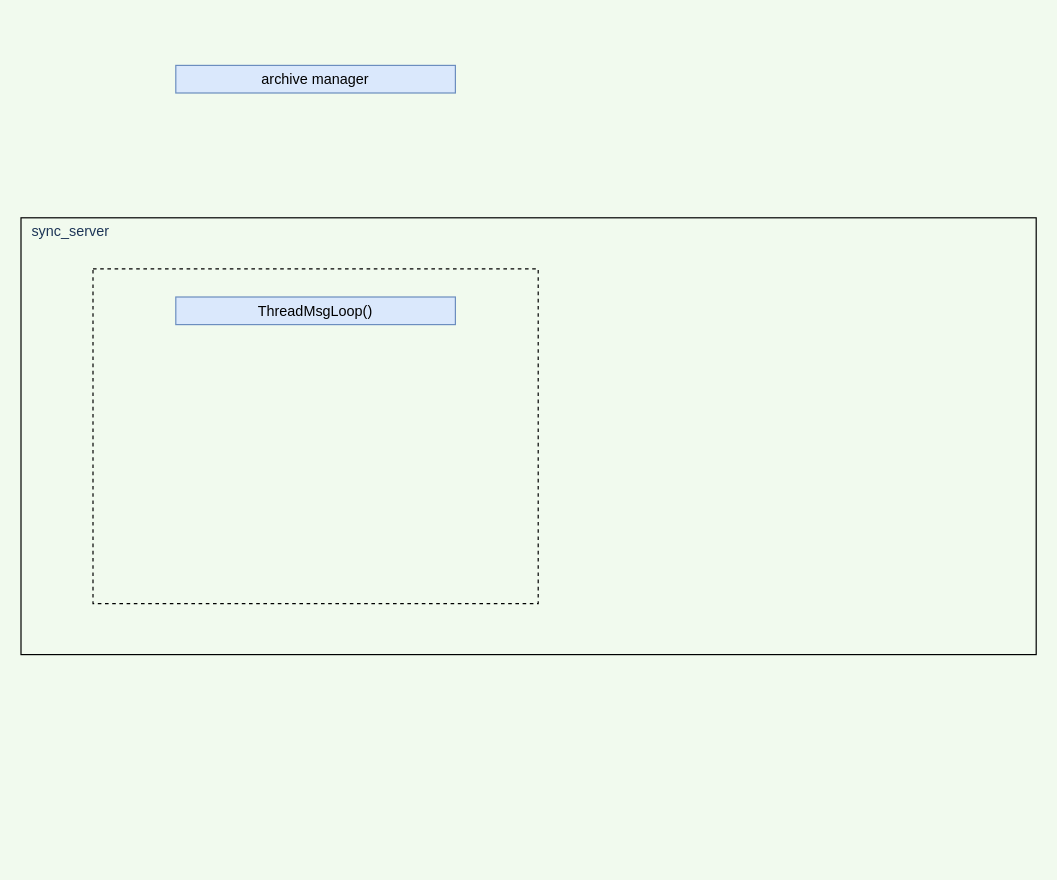
Before: page "软件架构图" (1 of 4) of 02-unary_work/01-黑方6.8版本归档模块/归档服务模块sync_server原理图.drawio in chenzhaoguo/UML, a draw.io diagram. Source tidied: cells renumbered, new cells numbered last; positions are measured from the earlier drawing's top-left corner, leaving out a move shared by most shapes. Both pictures are drawn from the tidied source at 120%, with x=0, y=0 at pixel (20, 65).
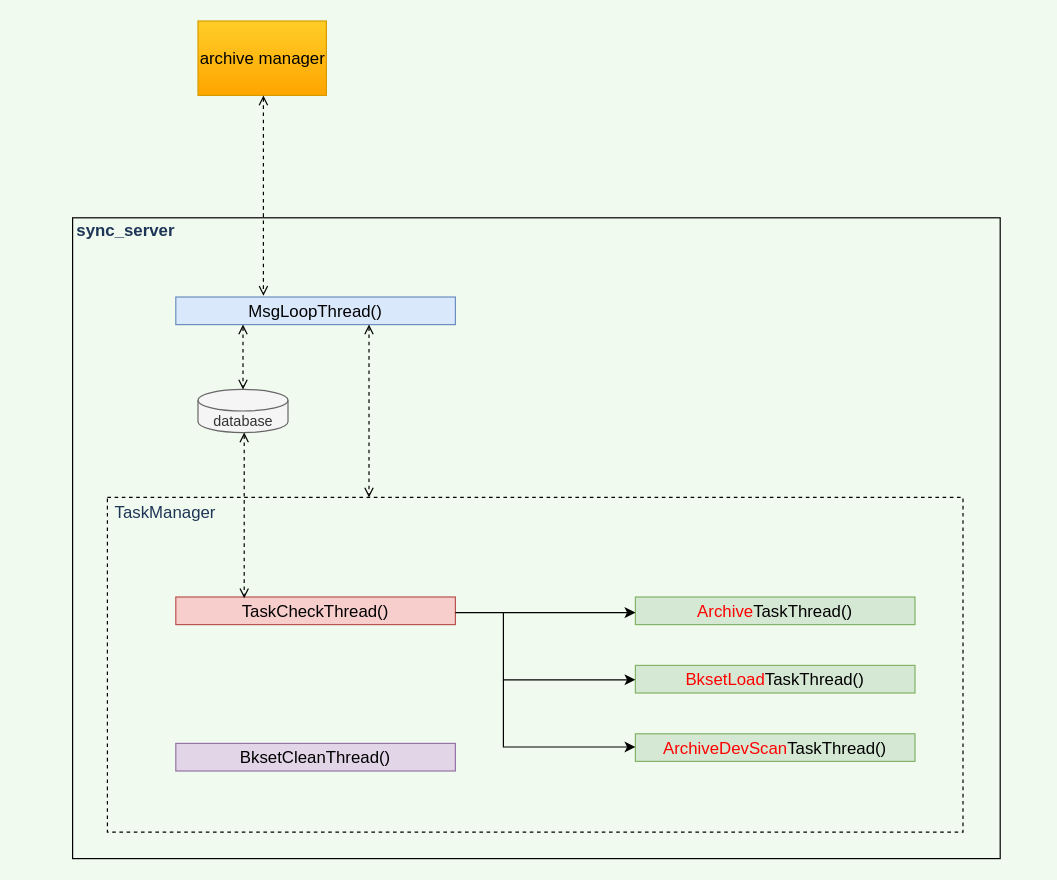
The same diagram, later.

Commit message (it also covers changes not shown here):
edit diagram for archive

Change to the diagram source:
```diff
@@
     <mxCell id="2" style="rounded=0;whiteSpace=wrap;html=1;sketch=0;strokeColor=#000000;fillColor=none;" parent="1" vertex="1">
-      <mxGeometry y="127" width="846" height="364" as="geometry" />
+      <mxGeometry x="43" y="127" width="773" height="534" as="geometry" />
     </mxCell>
-    <mxCell id="3" style="rounded=0;whiteSpace=wrap;html=1;sketch=0;strokeColor=#000000;fillColor=none;dashed=1;" parent="1" vertex="1">
-      <mxGeometry x="60" y="169.5" width="371" height="279" as="geometry" />
+    <mxCell id="3" style="rounded=0;whiteSpace=wrap;html=1;sketch=0;strokeColor=#000000;fillColor=none;dashed=1;strokeWidth=1;" parent="1" vertex="1">
+      <mxGeometry x="72" y="360" width="713" height="279" as="geometry" />
     </mxCell>
-    <mxCell id="4" value="sync_server" style="text;html=1;align=center;verticalAlign=middle;strokeColor=none;fillColor=none;fontColor=#1D3557;" parent="1" vertex="1">
-      <mxGeometry x="3" y="130" width="75" height="18" as="geometry" />
+    <mxCell id="4" value="sync_server" style="text;html=1;align=center;verticalAlign=middle;strokeColor=none;fillColor=none;fontColor=#1D3557;fontSize=14;fontStyle=1;" parent="1" vertex="1">
+      <mxGeometry x="41" y="127" width="92" height="21" as="geometry" />
     </mxCell>
-    <mxCell id="5" value="ThreadMsgLoop()" style="rounded=0;whiteSpace=wrap;html=1;sketch=0;strokeColor=#6c8ebf;fillColor=#dae8fc;" parent="1" vertex="1">
+    <mxCell id="5" value="MsgLoopThread()" style="rounded=0;whiteSpace=wrap;html=1;sketch=0;strokeColor=#6c8ebf;fillColor=#dae8fc;fontSize=14;" parent="1" vertex="1">
       <mxGeometry x="129" y="193" width="233" height="23" as="geometry" />
     </mxCell>
-    <mxCell id="6" value="archive manager" style="rounded=0;whiteSpace=wrap;html=1;sketch=0;strokeColor=#6c8ebf;fillColor=#dae8fc;" parent="1" vertex="1">
-      <mxGeometry x="129" width="233" height="23" as="geometry" />
+    <mxCell id="6" value="archive manager" style="rounded=0;whiteSpace=wrap;html=1;sketch=0;strokeColor=#d79b00;fillColor=#ffcd28;fontSize=14;gradientColor=#ffa500;" parent="1" vertex="1">
+      <mxGeometry x="147.5" y="-37" width="107" height="62" as="geometry" />
     </mxCell>
+    <mxCell id="7" style="endArrow=open;html=1;rounded=1;sketch=0;fontColor=#1D3557;strokeColor=#000000;fillColor=#6a00ff;elbow=vertical;startArrow=open;startFill=0;endFill=0;dashed=1;" parent="1" edge="1">
+      <mxGeometry relative="1" as="geometry">
+        <mxPoint x="202" y="25" as="sourcePoint" />
+        <mxPoint x="202" y="192" as="targetPoint" />
+      </mxGeometry>
+    </mxCell>
+    <mxCell id="8" value="TaskCheckThread()" style="rounded=0;whiteSpace=wrap;html=1;sketch=0;strokeColor=#b85450;fillColor=#f8cecc;fontSize=14;" parent="1" vertex="1">
+      <mxGeometry x="129" y="443" width="233" height="23" as="geometry" />
+    </mxCell>
+    <mxCell id="9" value="BksetCleanThread()" style="rounded=0;whiteSpace=wrap;html=1;sketch=0;strokeColor=#9673a6;fillColor=#e1d5e7;fontSize=14;" parent="1" vertex="1">
+      <mxGeometry x="129" y="565" width="233" height="23" as="geometry" />
+    </mxCell>
+    <mxCell id="10" value="&lt;font style=&quot;font-size: 12px;&quot;&gt;database&lt;/font&gt;" style="shape=cylinder3;whiteSpace=wrap;html=1;boundedLbl=1;backgroundOutline=1;size=9.000000000000057;fontSize=14;fillColor=#f5f5f5;strokeColor=#666666;fontColor=#333333;" parent="1" vertex="1">
+      <mxGeometry x="147.5" y="270" width="75" height="36" as="geometry" />
+    </mxCell>
+    <mxCell id="11" value="TaskManager" style="text;html=1;align=center;verticalAlign=middle;strokeColor=none;fillColor=none;fontColor=#1D3557;fontSize=14;fontStyle=0;" parent="1" vertex="1">
+      <mxGeometry x="73" y="362" width="94" height="21" as="geometry" />
+    </mxCell>
+    <mxCell id="12" style="endArrow=open;html=1;rounded=1;sketch=0;fontColor=#1D3557;strokeColor=#000000;fillColor=#6a00ff;elbow=vertical;startArrow=open;startFill=0;endFill=0;dashed=1;" parent="1" edge="1">
+      <mxGeometry relative="1" as="geometry">
+        <mxPoint x="185" y="216" as="sourcePoint" />
+        <mxPoint x="185" y="270" as="targetPoint" />
+      </mxGeometry>
+    </mxCell>
+    <mxCell id="13" style="endArrow=open;html=1;rounded=1;sketch=0;fontColor=#1D3557;strokeColor=#000000;fillColor=#6a00ff;elbow=vertical;startArrow=open;startFill=0;endFill=0;dashed=1;" parent="1" edge="1">
+      <mxGeometry relative="1" as="geometry">
+        <mxPoint x="186" y="306" as="sourcePoint" />
+        <mxPoint x="186" y="444" as="targetPoint" />
+      </mxGeometry>
+    </mxCell>
+    <mxCell id="14" style="endArrow=open;html=1;rounded=1;sketch=0;fontColor=#1D3557;strokeColor=#000000;fillColor=#6a00ff;elbow=vertical;startArrow=open;startFill=0;endFill=0;dashed=1;" parent="1" edge="1">
+      <mxGeometry relative="1" as="geometry">
+        <mxPoint x="290" y="216" as="sourcePoint" />
+        <mxPoint x="290" y="360" as="targetPoint" />
+      </mxGeometry>
+    </mxCell>
+    <mxCell id="15" value="&lt;font color=&quot;#ff0000&quot;&gt;Archive&lt;/font&gt;TaskThread()" style="rounded=0;whiteSpace=wrap;html=1;sketch=0;strokeColor=#82b366;fillColor=#d5e8d4;fontSize=14;" parent="1" vertex="1">
+      <mxGeometry x="512" y="443" width="233" height="23" as="geometry" />
+    </mxCell>
+    <mxCell id="16" value="&lt;font color=&quot;#ff0000&quot;&gt;BksetLoad&lt;/font&gt;TaskThread()" style="rounded=0;whiteSpace=wrap;html=1;sketch=0;strokeColor=#82b366;fillColor=#d5e8d4;fontSize=14;" parent="1" vertex="1">
+      <mxGeometry x="512" y="500" width="233" height="23" as="geometry" />
+    </mxCell>
+    <mxCell id="17" value="&lt;font color=&quot;#ff0000&quot;&gt;ArchiveDevScan&lt;/font&gt;TaskThread()" style="rounded=0;whiteSpace=wrap;html=1;sketch=0;strokeColor=#82b366;fillColor=#d5e8d4;fontSize=14;" parent="1" vertex="1">
+      <mxGeometry x="512" y="557" width="233" height="23" as="geometry" />
+    </mxCell>
+    <mxCell id="18" style="endArrow=classic;html=1;rounded=0;sourcePerimeterSpacing=0;strokeColor=#000000;fontSize=14;fontColor=#FF0000;endFill=1;" parent="1" edge="1">
+      <mxGeometry relative="1" as="geometry">
+        <mxPoint x="362" y="456" as="sourcePoint" />
+        <mxPoint x="512" y="456" as="targetPoint" />
+      </mxGeometry>
+    </mxCell>
+    <mxCell id="19" style="edgeStyle=elbowEdgeStyle;elbow=horizontal;endArrow=classic;html=1;rounded=0;sourcePerimeterSpacing=0;strokeColor=#000000;fontSize=14;fontColor=#FF0000;" parent="1" edge="1">
+      <mxGeometry relative="1" as="geometry">
+        <mxPoint x="402" y="456" as="sourcePoint" />
+        <mxPoint x="512" y="512" as="targetPoint" />
+        <Array as="points">
+          <mxPoint x="402" y="483" />
+        </Array>
+      </mxGeometry>
+    </mxCell>
+    <mxCell id="20" style="edgeStyle=elbowEdgeStyle;elbow=horizontal;endArrow=classic;html=1;rounded=0;sourcePerimeterSpacing=0;strokeColor=#000000;fontSize=14;fontColor=#FF0000;" parent="1" edge="1">
+      <mxGeometry relative="1" as="geometry">
+        <mxPoint x="402" y="512" as="sourcePoint" />
+        <mxPoint x="512" y="568" as="targetPoint" />
+        <Array as="points">
+          <mxPoint x="402" y="539" />
+        </Array>
+      </mxGeometry>
+    </mxCell>
```
